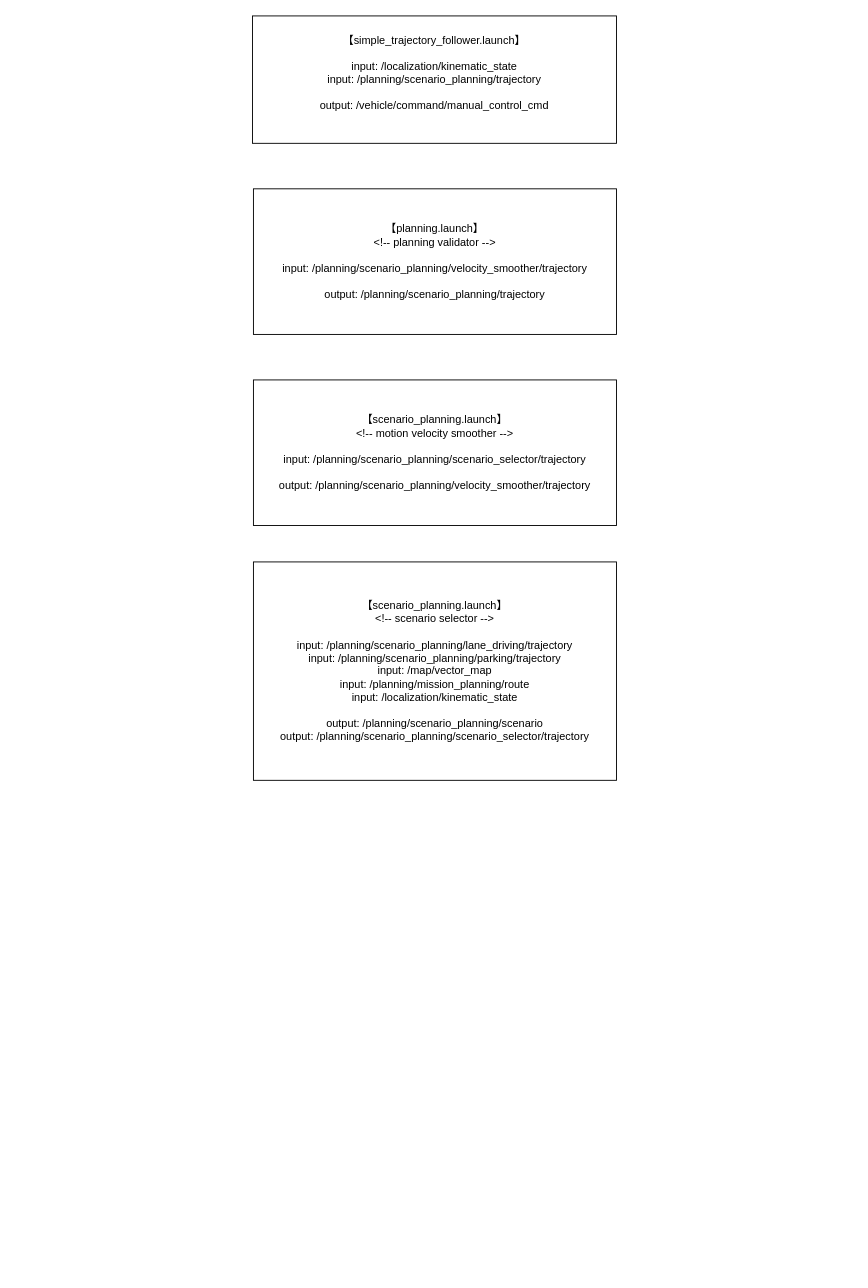
Earlier version of the draw.io diagram autoware_trajectory.drawio (wxxsusie/files). Source tidied: cells renumbered, new cells numbered last; positions are measured from the earlier drawing's top-left corner, leaving out a move shared by most shapes. Both pictures are drawn from the tidied source at 91%, with x=0, y=0 at pixel (252, 15).
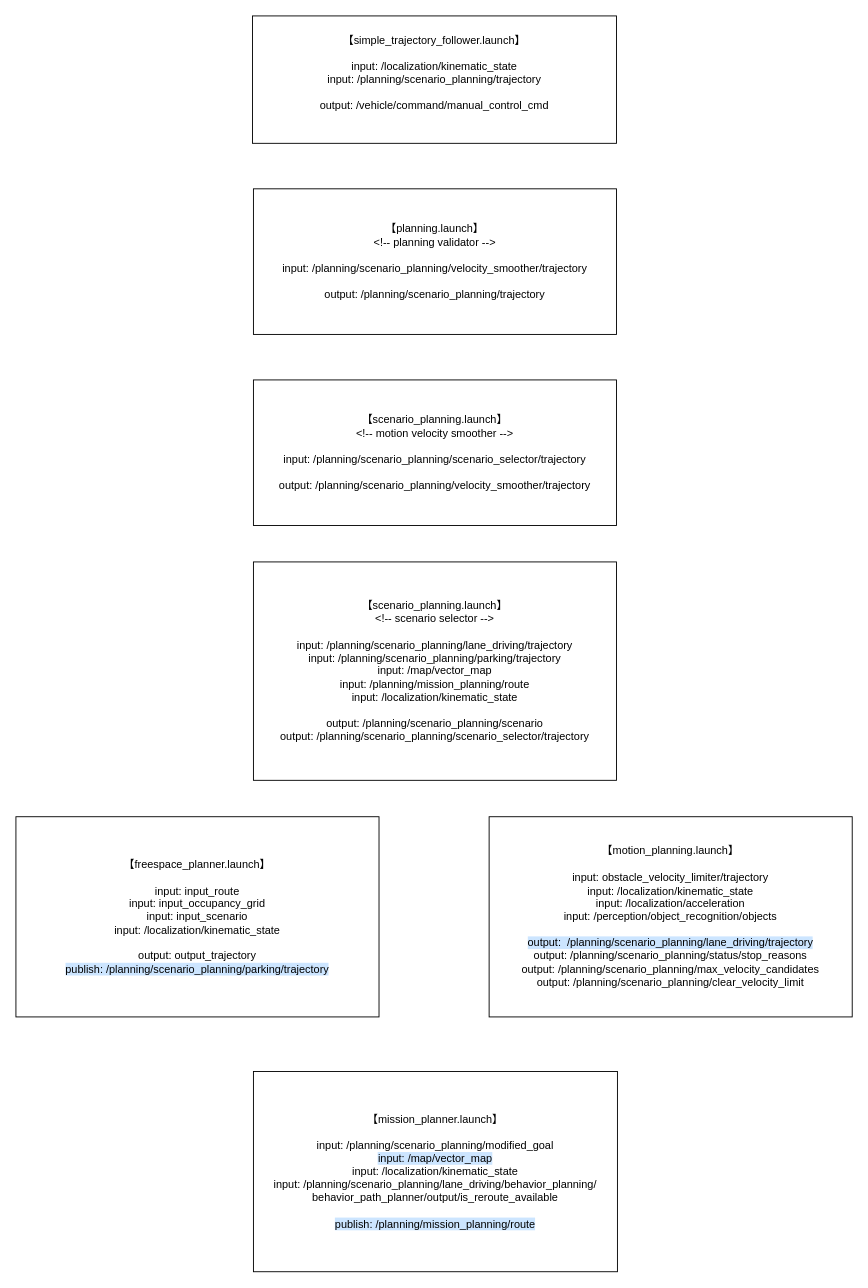
The same diagram, later.

What changed in the source:
```diff
@@
 <mxGraphModel>
   <root>
     <mxCell id="0" />
     <mxCell id="1" parent="0" />
     <mxCell id="2" value="【simple_trajectory_follower.launch】&lt;div&gt;&lt;br&gt;&lt;div&gt;input: /localization/kinematic_state&lt;/div&gt;&lt;div&gt;input: /planning/scenario_planning/trajectory&lt;/div&gt;&lt;div&gt;&lt;br&gt;&lt;/div&gt;&lt;div&gt;output: /vehicle/command/manual_control_cmd&lt;/div&gt;&lt;div&gt;&lt;br&gt;&lt;/div&gt;&lt;/div&gt;" style="rounded=0;whiteSpace=wrap;html=1;" parent="1" vertex="1">
       <mxGeometry width="400" height="140" as="geometry" />
     </mxCell>
     <mxCell id="3" value="【planning.launch】&lt;div&gt;&amp;lt;!-- planning validator --&amp;gt;&lt;/div&gt;&lt;div&gt;&lt;br&gt;&lt;/div&gt;&lt;div&gt;input: /planning/scenario_planning/velocity_smoother&lt;span style=&quot;background-color: initial;&quot;&gt;/trajectory&lt;/span&gt;&lt;/div&gt;&lt;div&gt;&lt;br&gt;&lt;/div&gt;&lt;div&gt;output: /planning/scenario_planning/trajectory&lt;/div&gt;" style="rounded=0;whiteSpace=wrap;html=1;" parent="1" vertex="1">
       <mxGeometry x="1" y="190" width="399" height="160" as="geometry" />
     </mxCell>
     <mxCell id="4" value="【scenario_planning.launch】&lt;div&gt;&lt;span style=&quot;font-size: 12px;&quot;&gt;&amp;lt;!-- motion velocity smoother --&amp;gt;&lt;/span&gt;&lt;br&gt;&lt;/div&gt;&lt;div&gt;&lt;span style=&quot;font-size: 12px;&quot;&gt;&lt;br&gt;&lt;/span&gt;&lt;/div&gt;&lt;div&gt;&lt;span style=&quot;font-size: 12px;&quot;&gt;input: /planning/scenario_planning/scenario_selector/trajectory&lt;/span&gt;&lt;/div&gt;&lt;div&gt;&lt;span style=&quot;font-size: 12px;&quot;&gt;&lt;br&gt;&lt;/span&gt;&lt;/div&gt;&lt;div&gt;&lt;span style=&quot;font-size: 12px;&quot;&gt;output: /planning/scenario_planning/velocity_smoother/trajectory&lt;/span&gt;&lt;/div&gt;" style="rounded=0;whiteSpace=wrap;html=1;" parent="1" vertex="1">
       <mxGeometry x="1" y="400" width="399" height="160" as="geometry" />
     </mxCell>
     <mxCell id="5" value="【scenario_planning.launch】&lt;div&gt;&lt;span style=&quot;font-size: 12px;&quot;&gt;&amp;lt;!-- scenario selector --&amp;gt;&lt;/span&gt;&lt;br&gt;&lt;/div&gt;&lt;div&gt;&lt;span style=&quot;font-size: 12px;&quot;&gt;&lt;br&gt;&lt;/span&gt;&lt;/div&gt;&lt;div&gt;&lt;span style=&quot;font-size: 12px;&quot;&gt;input:&amp;nbsp;&lt;/span&gt;&lt;span style=&quot;background-color: initial; font-size: 12px;&quot;&gt;/planning/scenario_planning/lane_driving/trajectory&lt;/span&gt;&lt;/div&gt;&lt;div&gt;&lt;span style=&quot;background-color: initial; font-size: 12px;&quot;&gt;input:&amp;nbsp;&lt;/span&gt;&lt;span style=&quot;background-color: initial; font-size: 12px;&quot;&gt;/planning/scenario_planning/parking/trajectory&lt;/span&gt;&lt;/div&gt;&lt;div&gt;&lt;span style=&quot;background-color: initial; font-size: 12px;&quot;&gt;input:&amp;nbsp;&lt;/span&gt;&lt;span style=&quot;background-color: initial; font-size: 12px;&quot;&gt;/map/vector_map&lt;/span&gt;&lt;/div&gt;&lt;div&gt;&lt;span style=&quot;background-color: initial; font-size: 12px;&quot;&gt;input:&amp;nbsp;&lt;/span&gt;&lt;span style=&quot;background-color: initial; font-size: 12px;&quot;&gt;/planning/mission_planning/route&lt;/span&gt;&lt;/div&gt;&lt;div&gt;&lt;span style=&quot;background-color: initial; font-size: 12px;&quot;&gt;input:&amp;nbsp;&lt;/span&gt;&lt;span style=&quot;background-color: initial; font-size: 12px;&quot;&gt;/localization/kinematic_state&lt;/span&gt;&lt;/div&gt;&lt;div&gt;&lt;span style=&quot;background-color: initial; font-size: 12px;&quot;&gt;&lt;br&gt;&lt;/span&gt;&lt;/div&gt;&lt;div&gt;&lt;span style=&quot;background-color: initial; font-size: 12px;&quot;&gt;output: &lt;/span&gt;&lt;span style=&quot;background-color: initial; font-size: 12px;&quot;&gt;/planning/scenario_planning/scenario&lt;/span&gt;&lt;/div&gt;&lt;div&gt;&lt;span style=&quot;background-color: initial; font-size: 12px;&quot;&gt;output:&amp;nbsp;&lt;/span&gt;&lt;span style=&quot;background-color: initial; font-size: 12px;&quot;&gt;/planning/scenario_planning/scenario_selector/trajectory&lt;/span&gt;&lt;/div&gt;" style="rounded=0;whiteSpace=wrap;html=1;" parent="1" vertex="1">
       <mxGeometry x="1" y="600" width="399" height="240" as="geometry" />
     </mxCell>
+    <mxCell id="6" value="【mission_planner.launch】&lt;div&gt;&lt;br&gt;&lt;/div&gt;&lt;div&gt;input: /planning/scenario_planning/modified_goal&lt;/div&gt;&lt;div&gt;&lt;span style=&quot;background-color: rgb(204, 229, 255);&quot;&gt;input: /map/vector_map&lt;/span&gt;&lt;/div&gt;&lt;div&gt;input: /localization/kinematic_state&lt;/div&gt;&lt;div&gt;input:&amp;nbsp;/planning/scenario_planning/lane_driving/behavior_planning/&lt;br&gt;behavior_path_planner/output/is_reroute_available&lt;/div&gt;&lt;div&gt;&lt;br&gt;&lt;/div&gt;&lt;div&gt;&lt;span style=&quot;background-color: rgb(204, 229, 255);&quot;&gt;publish: /planning/mission_planning/route&lt;/span&gt;&lt;/div&gt;" style="rounded=0;whiteSpace=wrap;html=1;" parent="1" vertex="1">
+      <mxGeometry x="1" y="1160" width="400" height="220" as="geometry" />
+    </mxCell>
+    <mxCell id="7" value="【freespace_planner.launch】&lt;div&gt;&lt;br&gt;&lt;div&gt;input: input_route&lt;/div&gt;&lt;div&gt;input: input_occupancy_grid&lt;/div&gt;&lt;div&gt;input: input_scenario&lt;/div&gt;&lt;div&gt;input: /localization/kinematic_state&lt;/div&gt;&lt;div&gt;&lt;br&gt;&lt;/div&gt;&lt;div&gt;output: output_trajectory&lt;/div&gt;&lt;/div&gt;&lt;div&gt;&lt;span style=&quot;background-color: rgb(204, 229, 255);&quot;&gt;publish: /planning/scenario_planning/parking/trajectory&lt;/span&gt;&lt;/div&gt;" style="rounded=0;whiteSpace=wrap;html=1;" parent="1" vertex="1">
+      <mxGeometry x="-260" y="880" width="399" height="220" as="geometry" />
+    </mxCell>
+    <mxCell id="8" value="【motion_planning.launch】&lt;div&gt;&lt;br&gt;&lt;div&gt;input: obstacle_velocity_limiter/trajectory&lt;/div&gt;&lt;div&gt;input: /localization/kinematic_state&lt;/div&gt;&lt;div&gt;input: /localization/acceleration&lt;/div&gt;&lt;div&gt;input: /perception/object_recognition/objects&lt;/div&gt;&lt;div&gt;&lt;br&gt;&lt;/div&gt;&lt;div&gt;&lt;span style=&quot;background-color: rgb(204, 229, 255);&quot;&gt;output:&amp;nbsp; /planning/scenario_planning/lane_driving/trajectory&lt;/span&gt;&lt;/div&gt;&lt;/div&gt;&lt;div&gt;output:&amp;nbsp;/planning/scenario_planning/status/stop_reasons&lt;/div&gt;&lt;div&gt;output:&amp;nbsp;/planning/scenario_planning/max_velocity_candidates&lt;/div&gt;&lt;div&gt;output:&amp;nbsp;/planning/scenario_planning/clear_velocity_limit&lt;/div&gt;" style="rounded=0;whiteSpace=wrap;html=1;" parent="1" vertex="1">
+      <mxGeometry x="260" y="880" width="399" height="220" as="geometry" />
+    </mxCell>
   </root>
 </mxGraphModel>
```
